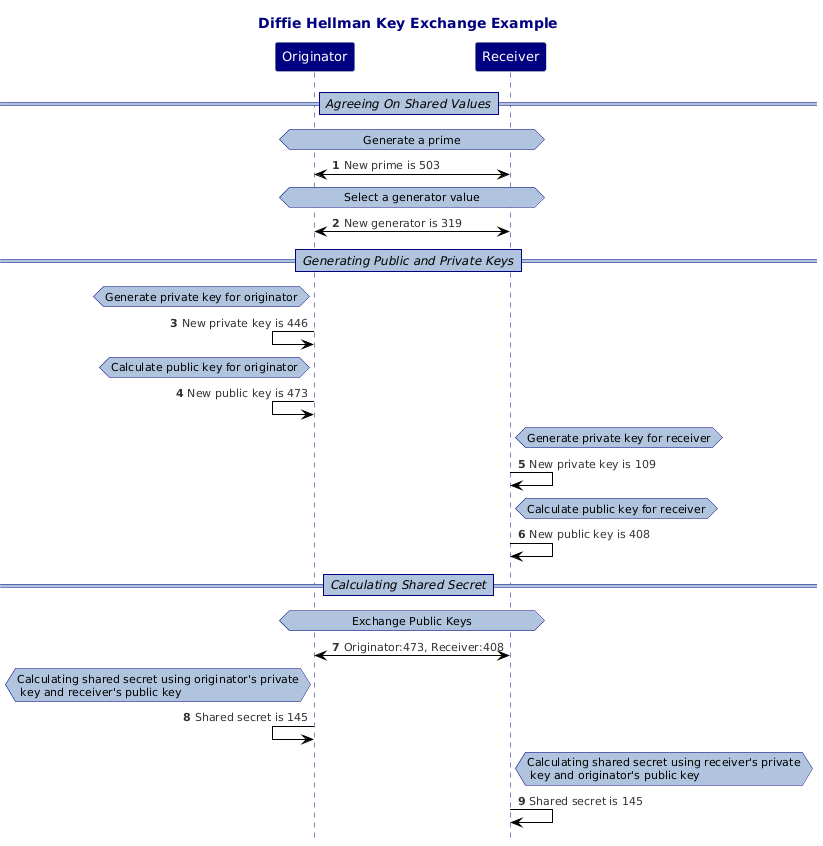
Before: GeneratingDiagrams/Diagrams/DiffieHellmanKeyExchangeSequence.png, a diagram exported from PlantUML (jbarbourmoore/Cryptography-Exploration).
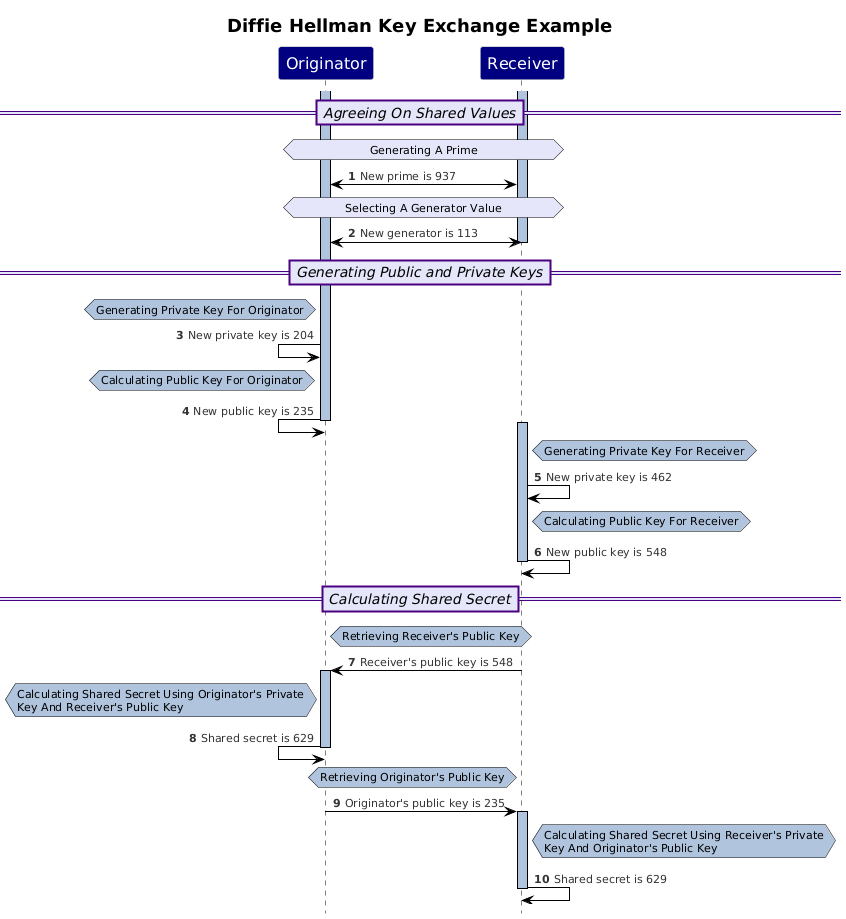
After the change.

Commit message:
Updated Diffie Helman Key Exchange Diagram

The edit, as a diff of the source:
```diff
@@ -5,39 +5,51 @@
 autonumber
 skinparam maxMessageSize 300
 skinparam NoteBackgroundColor LightSteelBlue
-skinparam NoteBorderColor Navy
+skinparam NoteBorderColor Black
 skinparam ParticipantBackgroundColor Navy
 skinparam ParticipantFontColor White
-skinparam ParticipantFontSize 13
-skinparam TitleFontColor Navy
-skinparam SequenceLifeLineBorderColor Navy
+skinparam ParticipantFontSize 16
+skinparam TitleFontSize 18
+skinparam SequenceLifeLineBorderColor Black
 skinparam SequenceLifeLineBackgroundColor LightSteelBlue
-skinparam SequenceDividerBorderThickness 1
-skinparam SequenceDividerBorderColor Navy
-skinparam SequenceDividerBackgroundColor LightSteelBlue
-skinparam SequenceDividerFontSize 12
+skinparam SequenceDividerBorderThickness 2
+skinparam SequenceDividerBorderColor Indigo
+skinparam SequenceDividerBackgroundColor Lavender
+skinparam SequenceDividerFontSize 14
 skinparam SequenceDividerFontStyle Italic
 Participant "Originator"
 Participant "Receiver"
 ==Agreeing On Shared Values==
-hnote across : Generate a prime
-"Originator"<->"Receiver": New prime is 503
-hnote across : Select a generator value
-"Originator"<->"Receiver": New generator is 319
+Activate "Originator"
+Activate "Receiver"
+hnote across  #Lavender: Generating A Prime
+"Originator"<->"Receiver": New prime is 937
+hnote across  #Lavender: Selecting A Generator Value
+"Originator"<->"Receiver": New generator is 113
+Deactivate "Receiver"
 ==Generating Public and Private Keys==
-hnote left of Originator: Generate private key for originator
-"Originator"<-"Originator": New private key is 446
-hnote left of Originator: Calculate public key for originator
-"Originator"<-"Originator": New public key is 473
-hnote right of Receiver: Generate private key for receiver
-"Receiver"->"Receiver": New private key is 109
-hnote right of Receiver: Calculate public key for receiver
-"Receiver"->"Receiver": New public key is 408
+hnote left of "Originator" : Generating Private Key For Originator
+"Originator"<-"Originator": New private key is 204
+hnote left of "Originator" : Calculating Public Key For Originator
+"Originator"<-"Originator": New public key is 235
+Deactivate "Originator"
+Activate "Receiver"
+hnote right of "Receiver" : Generating Private Key For Receiver
+"Receiver"->"Receiver": New private key is 462
+hnote right of "Receiver" : Calculating Public Key For Receiver
+"Receiver"->"Receiver": New public key is 548
+Deactivate "Receiver"
 ==Calculating Shared Secret==
-hnote across : Exchange Public Keys
-"Originator"<->"Receiver": Originator:473, Receiver:408
-hnote left of Originator: Calculating shared secret using originator's private\n key and receiver's public key
-"Originator"<-"Originator": Shared secret is 145
-hnote right of Receiver: Calculating shared secret using receiver's private\n key and originator's public key
-"Receiver"->"Receiver": Shared secret is 145
+hnote right of "Originator" : Retrieving Receiver's Public Key
+"Receiver"->"Originator": Receiver's public key is 548
+Activate "Originator"
+hnote left of "Originator" : Calculating Shared Secret Using Originator's Private\nKey And Receiver's Public Key
+"Originator"<-"Originator": Shared secret is 629
+Deactivate "Originator"
+hnote left of "Receiver" : Retrieving Originator's Public Key
+"Originator"->"Receiver": Originator's public key is 235
+Activate "Receiver"
+hnote right of "Receiver" : Calculating Shared Secret Using Receiver's Private\nKey And Originator's Public Key
+"Receiver"->"Receiver": Shared secret is 629
+Deactivate "Receiver"
 @enduml
```
